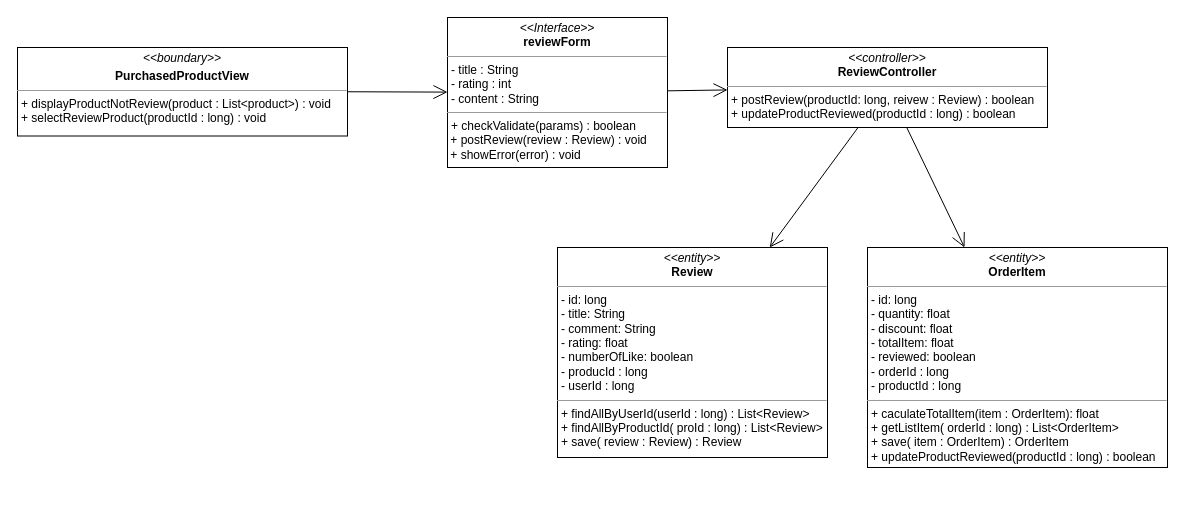
Before: class diagram/review-product-class-diagram.drawio in nguyenphamvan/datn_20202, a draw.io diagram. Source tidied: cells renumbered, new cells numbered last; positions are measured from the earlier drawing's top-left corner, leaving out a move shared by most shapes. Both pictures are drawn from the tidied source at 100%, with x=0, y=0 at pixel (17, 17).
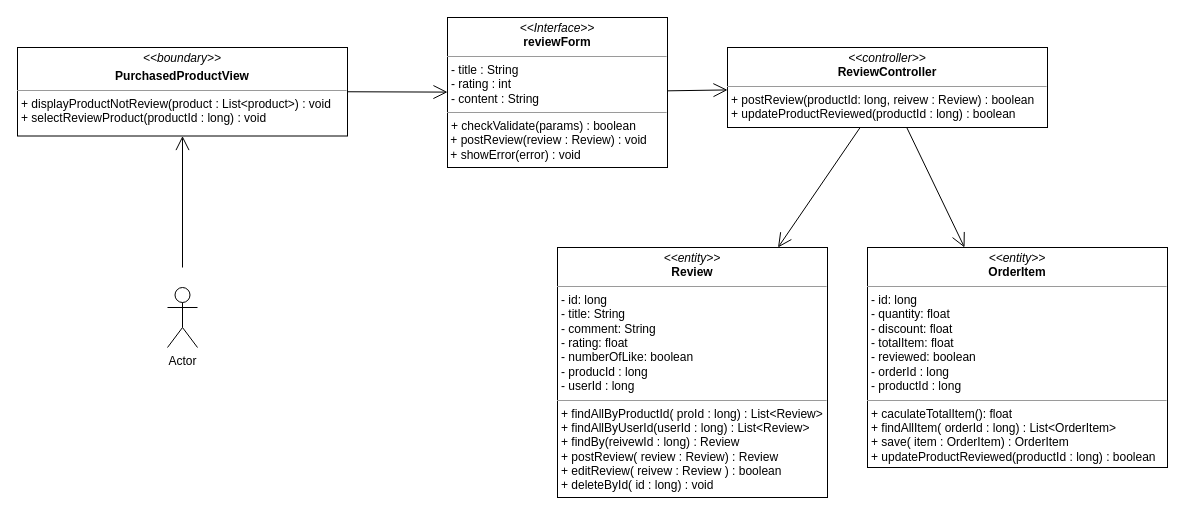
The same page after the edit.

The edit, as a diff of the source:
```diff
@@
 <mxGraphModel>
   <root>
     <mxCell id="0" />
     <mxCell id="1" parent="0" />
     <mxCell id="2" value="&lt;p style=&quot;margin: 0px ; margin-top: 4px ; text-align: center&quot;&gt;&lt;i&gt;&amp;lt;&amp;lt;boundary&amp;gt;&amp;gt;&lt;/i&gt;&lt;/p&gt;&lt;p style=&quot;margin: 0px ; margin-top: 4px ; text-align: center&quot;&gt;&lt;b&gt;PurchasedProductView&lt;/b&gt;&lt;/p&gt;&lt;hr size=&quot;1&quot;&gt;&lt;p style=&quot;margin: 0px ; margin-left: 4px&quot;&gt;+ displayProductNotReview(product : List&amp;lt;product&amp;gt;) : void&lt;/p&gt;&lt;p style=&quot;margin: 0px ; margin-left: 4px&quot;&gt;&lt;span&gt;+ selectReviewProduct(productId : long) : void&lt;/span&gt;&lt;/p&gt;" style="verticalAlign=top;align=left;overflow=fill;fontSize=12;fontFamily=Helvetica;html=1;" parent="1" vertex="1">
       <mxGeometry y="30" width="330" height="88.5" as="geometry" />
     </mxCell>
-    <mxCell id="3" value="&lt;p style=&quot;margin: 0px ; margin-top: 4px ; text-align: center&quot;&gt;&lt;i&gt;&amp;lt;&amp;lt;entity&amp;gt;&amp;gt;&lt;/i&gt;&lt;br&gt;&lt;b&gt;OrderItem&lt;/b&gt;&lt;/p&gt;&lt;hr size=&quot;1&quot;&gt;&lt;p style=&quot;margin: 0px ; margin-left: 4px&quot;&gt;- id: long&lt;/p&gt;&lt;p style=&quot;margin: 0px ; margin-left: 4px&quot;&gt;- quantity: float&lt;br&gt;- discount: float&lt;/p&gt;&lt;p style=&quot;margin: 0px ; margin-left: 4px&quot;&gt;- totalItem: float&lt;/p&gt;&lt;p style=&quot;margin: 0px ; margin-left: 4px&quot;&gt;- reviewed: boolean&lt;/p&gt;&lt;p style=&quot;margin: 0px ; margin-left: 4px&quot;&gt;- orderId : long&lt;/p&gt;&lt;p style=&quot;margin: 0px ; margin-left: 4px&quot;&gt;- productId : long&lt;/p&gt;&lt;hr size=&quot;1&quot;&gt;&lt;p style=&quot;margin: 0px 0px 0px 4px&quot;&gt;+ caculateTotalItem(item : OrderItem): float&lt;br&gt;&lt;/p&gt;&lt;p style=&quot;margin: 0px 0px 0px 4px&quot;&gt;+ getListItem( orderId : long) : List&amp;lt;OrderItem&amp;gt;&lt;br&gt;&lt;/p&gt;&lt;p style=&quot;margin: 0px 0px 0px 4px&quot;&gt;+ save( item : OrderItem) : OrderItem&lt;/p&gt;&lt;p style=&quot;margin: 0px 0px 0px 4px&quot;&gt;+ updateProductReviewed(productId : long) : boolean&lt;/p&gt;&lt;p style=&quot;margin: 0px ; margin-left: 4px&quot;&gt;&lt;br&gt;&lt;/p&gt;" style="verticalAlign=top;align=left;overflow=fill;fontSize=12;fontFamily=Helvetica;html=1;" parent="1" vertex="1">
+    <mxCell id="3" value="&lt;p style=&quot;margin: 0px ; margin-top: 4px ; text-align: center&quot;&gt;&lt;i&gt;&amp;lt;&amp;lt;entity&amp;gt;&amp;gt;&lt;/i&gt;&lt;br&gt;&lt;b&gt;OrderItem&lt;/b&gt;&lt;/p&gt;&lt;hr size=&quot;1&quot;&gt;&lt;p style=&quot;margin: 0px ; margin-left: 4px&quot;&gt;- id: long&lt;/p&gt;&lt;p style=&quot;margin: 0px ; margin-left: 4px&quot;&gt;- quantity: float&lt;br&gt;- discount: float&lt;/p&gt;&lt;p style=&quot;margin: 0px ; margin-left: 4px&quot;&gt;- totalItem: float&lt;/p&gt;&lt;p style=&quot;margin: 0px ; margin-left: 4px&quot;&gt;- reviewed: boolean&lt;/p&gt;&lt;p style=&quot;margin: 0px ; margin-left: 4px&quot;&gt;- orderId : long&lt;/p&gt;&lt;p style=&quot;margin: 0px ; margin-left: 4px&quot;&gt;- productId : long&lt;/p&gt;&lt;hr size=&quot;1&quot;&gt;&lt;p style=&quot;margin: 0px 0px 0px 4px&quot;&gt;+ caculateTotalItem(): float&lt;br&gt;&lt;/p&gt;&lt;p style=&quot;margin: 0px 0px 0px 4px&quot;&gt;+ findAllItem( orderId : long) : List&amp;lt;OrderItem&amp;gt;&lt;br&gt;&lt;/p&gt;&lt;p style=&quot;margin: 0px 0px 0px 4px&quot;&gt;+ save( item : OrderItem) : OrderItem&lt;/p&gt;&lt;p style=&quot;margin: 0px 0px 0px 4px&quot;&gt;+ updateProductReviewed(productId : long) : boolean&lt;/p&gt;&lt;p style=&quot;margin: 0px ; margin-left: 4px&quot;&gt;&lt;br&gt;&lt;/p&gt;" style="verticalAlign=top;align=left;overflow=fill;fontSize=12;fontFamily=Helvetica;html=1;" parent="1" vertex="1">
       <mxGeometry x="850" y="230" width="300" height="220" as="geometry" />
     </mxCell>
     <mxCell id="4" style="endArrow=open;endFill=1;endSize=12;html=1;exitX=1;exitY=0.5;exitDx=0;exitDy=0;" parent="1" edge="1" source="2" target="9">
       <mxGeometry relative="1" as="geometry" />
     </mxCell>
-    <mxCell id="5" value="&lt;p style=&quot;margin: 0px ; margin-top: 4px ; text-align: center&quot;&gt;&lt;i&gt;&amp;lt;&amp;lt;entity&amp;gt;&amp;gt;&lt;/i&gt;&lt;br&gt;&lt;b&gt;Review&lt;/b&gt;&lt;/p&gt;&lt;hr size=&quot;1&quot;&gt;&lt;p style=&quot;margin: 0px ; margin-left: 4px&quot;&gt;- id: long&lt;/p&gt;&lt;p style=&quot;margin: 0px ; margin-left: 4px&quot;&gt;- title: String&lt;br&gt;- comment: String&lt;/p&gt;&lt;p style=&quot;margin: 0px ; margin-left: 4px&quot;&gt;- rating: float&lt;/p&gt;&lt;p style=&quot;margin: 0px ; margin-left: 4px&quot;&gt;- numberOfLike: boolean&lt;/p&gt;&lt;p style=&quot;margin: 0px ; margin-left: 4px&quot;&gt;- producId : long&lt;/p&gt;&lt;p style=&quot;margin: 0px ; margin-left: 4px&quot;&gt;- userId : long&lt;/p&gt;&lt;hr size=&quot;1&quot;&gt;&lt;p style=&quot;margin: 0px 0px 0px 4px&quot;&gt;+ findAllByUserId(userId : long) : List&amp;lt;Review&amp;gt;&lt;br&gt;&lt;/p&gt;&lt;p style=&quot;margin: 0px 0px 0px 4px&quot;&gt;+ findAllByProductId( proId : long) : List&amp;lt;Review&amp;gt;&lt;/p&gt;&lt;p style=&quot;margin: 0px 0px 0px 4px&quot;&gt;+ save( review : Review) : Review&lt;/p&gt;" style="verticalAlign=top;align=left;overflow=fill;fontSize=12;fontFamily=Helvetica;html=1;" parent="1" vertex="1">
-      <mxGeometry x="540" y="230" width="270" height="210" as="geometry" />
+    <mxCell id="5" value="&lt;p style=&quot;margin: 0px ; margin-top: 4px ; text-align: center&quot;&gt;&lt;i&gt;&amp;lt;&amp;lt;entity&amp;gt;&amp;gt;&lt;/i&gt;&lt;br&gt;&lt;b&gt;Review&lt;/b&gt;&lt;/p&gt;&lt;hr size=&quot;1&quot;&gt;&lt;p style=&quot;margin: 0px ; margin-left: 4px&quot;&gt;- id: long&lt;/p&gt;&lt;p style=&quot;margin: 0px ; margin-left: 4px&quot;&gt;- title: String&lt;br&gt;- comment: String&lt;/p&gt;&lt;p style=&quot;margin: 0px ; margin-left: 4px&quot;&gt;- rating: float&lt;/p&gt;&lt;p style=&quot;margin: 0px ; margin-left: 4px&quot;&gt;- numberOfLike: boolean&lt;/p&gt;&lt;p style=&quot;margin: 0px ; margin-left: 4px&quot;&gt;- producId : long&lt;/p&gt;&lt;p style=&quot;margin: 0px ; margin-left: 4px&quot;&gt;- userId : long&lt;/p&gt;&lt;hr size=&quot;1&quot;&gt;&lt;p style=&quot;margin: 0px 0px 0px 4px&quot;&gt;+ findAllByProductId( proId : long) : List&amp;lt;Review&amp;gt;&lt;/p&gt;&lt;p style=&quot;margin: 0px 0px 0px 4px&quot;&gt;+ findAllByUserId(userId : long) : List&amp;lt;Review&amp;gt;&lt;/p&gt;&lt;p style=&quot;margin: 0px 0px 0px 4px&quot;&gt;+ findBy(reivewId : long) : Review&lt;/p&gt;&lt;p style=&quot;margin: 0px 0px 0px 4px&quot;&gt;+ postReview( review : Review) : Review&lt;/p&gt;&lt;p style=&quot;margin: 0px 0px 0px 4px&quot;&gt;+ editReview( reivew : Review ) : boolean&lt;/p&gt;&lt;p style=&quot;margin: 0px 0px 0px 4px&quot;&gt;+ deleteById( id : long) : void&lt;/p&gt;" style="verticalAlign=top;align=left;overflow=fill;fontSize=12;fontFamily=Helvetica;html=1;" parent="1" vertex="1">
+      <mxGeometry x="540" y="230" width="270" height="250" as="geometry" />
     </mxCell>
     <mxCell id="6" value="&lt;p style=&quot;margin: 0px ; margin-top: 4px ; text-align: center&quot;&gt;&lt;i&gt;&amp;lt;&amp;lt;controller&amp;gt;&amp;gt;&lt;/i&gt;&lt;br&gt;&lt;b&gt;ReviewController&lt;/b&gt;&lt;br&gt;&lt;/p&gt;&lt;hr size=&quot;1&quot;&gt;&lt;p style=&quot;margin: 0px ; margin-left: 4px&quot;&gt;&lt;span&gt;+ postReview(productId: long, reivew : Review) : boolean&lt;/span&gt;&lt;/p&gt;&lt;p style=&quot;margin: 0px ; margin-left: 4px&quot;&gt;&lt;span&gt;+ updateProductReviewed(productId : long) : boolean&lt;/span&gt;&lt;/p&gt;" style="verticalAlign=top;align=left;overflow=fill;fontSize=12;fontFamily=Helvetica;html=1;" parent="1" vertex="1">
       <mxGeometry x="710" y="30" width="320" height="80" as="geometry" />
     </mxCell>
     <mxCell id="7" style="endArrow=open;endFill=1;endSize=12;html=1;strokeColor=#000000;" parent="1" edge="1" source="6" target="5">
       <mxGeometry relative="1" as="geometry" />
     </mxCell>
     <mxCell id="8" style="endArrow=open;endFill=1;endSize=12;html=1;" parent="1" edge="1" source="6" target="3">
       <mxGeometry relative="1" as="geometry" />
     </mxCell>
     <mxCell id="9" value="&lt;p style=&quot;margin: 0px ; margin-top: 4px ; text-align: center&quot;&gt;&lt;i&gt;&amp;lt;&amp;lt;Interface&amp;gt;&amp;gt;&lt;/i&gt;&lt;br&gt;&lt;b&gt;reviewForm&lt;/b&gt;&lt;/p&gt;&lt;hr size=&quot;1&quot;&gt;&lt;p style=&quot;margin: 0px ; margin-left: 4px&quot;&gt;- title : String&lt;br&gt;- rating : int&lt;/p&gt;&lt;p style=&quot;margin: 0px ; margin-left: 4px&quot;&gt;- content : String&lt;/p&gt;&lt;hr size=&quot;1&quot;&gt;&lt;p style=&quot;margin: 0px ; margin-left: 4px&quot;&gt;+ checkValidate(params) : boolean&lt;br&gt;&lt;/p&gt;&amp;nbsp;+ postReview(review : Review) : void&lt;br&gt;&amp;nbsp;+ showError(error) : void" style="verticalAlign=top;align=left;overflow=fill;fontSize=12;fontFamily=Helvetica;html=1;" parent="1" vertex="1">
       <mxGeometry x="430" width="220" height="150" as="geometry" />
     </mxCell>
     <mxCell id="10" style="endArrow=open;endFill=1;endSize=12;html=1;" parent="1" edge="1" source="9" target="6">
       <mxGeometry relative="1" as="geometry" />
     </mxCell>
+    <mxCell id="11" value="Actor" style="shape=umlActor;verticalLabelPosition=bottom;verticalAlign=top;html=1;" parent="1" vertex="1">
+      <mxGeometry x="150" y="270" width="30" height="60" as="geometry" />
+    </mxCell>
+    <mxCell id="12" style="endArrow=open;endFill=1;endSize=12;html=1;" parent="1" edge="1" target="2">
+      <mxGeometry relative="1" as="geometry">
+        <mxPoint x="165" y="250" as="sourcePoint" />
+      </mxGeometry>
+    </mxCell>
   </root>
 </mxGraphModel>
```
